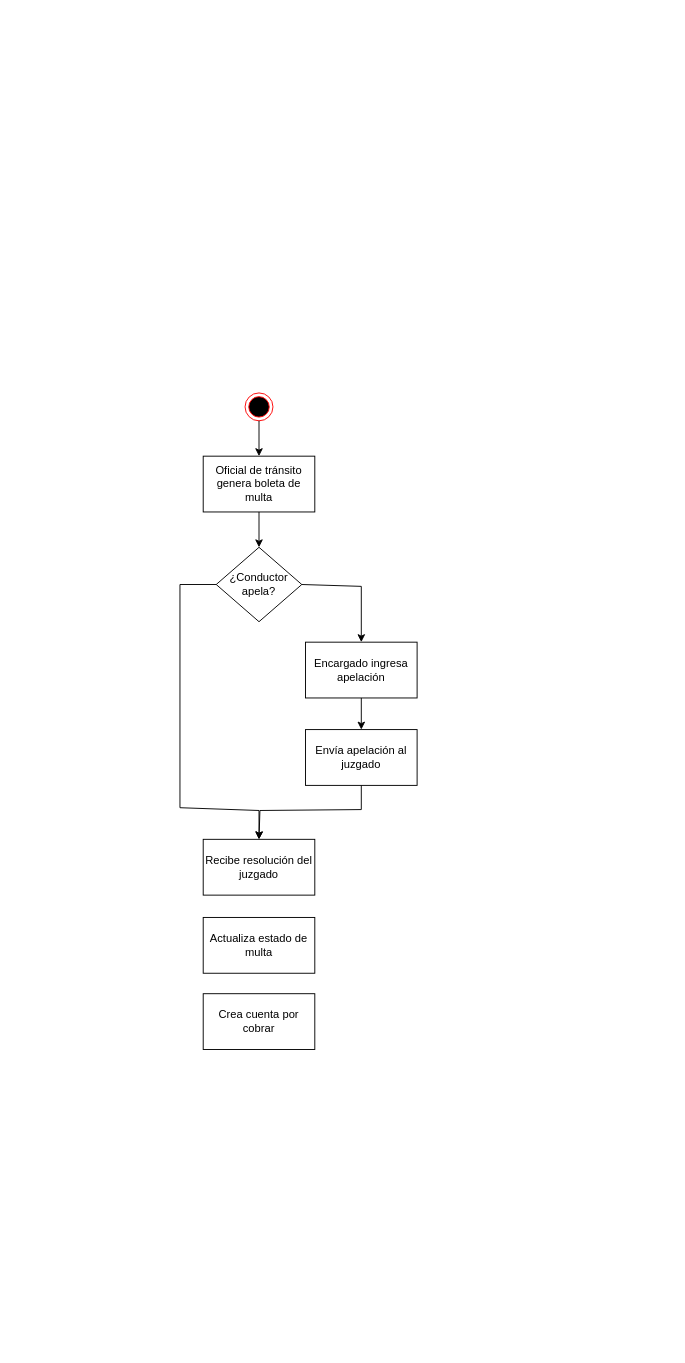
The draw.io diagram Examen1/Examen1.drawio in Edu-Ram/Requerimientos, before the edit. Source tidied: cells renumbered, new cells numbered last; positions are measured from the earlier drawing's top-left corner, leaving out a move shared by most shapes. Both pictures are drawn from the tidied source at 93%, with x=0, y=0 at pixel (179, 392).
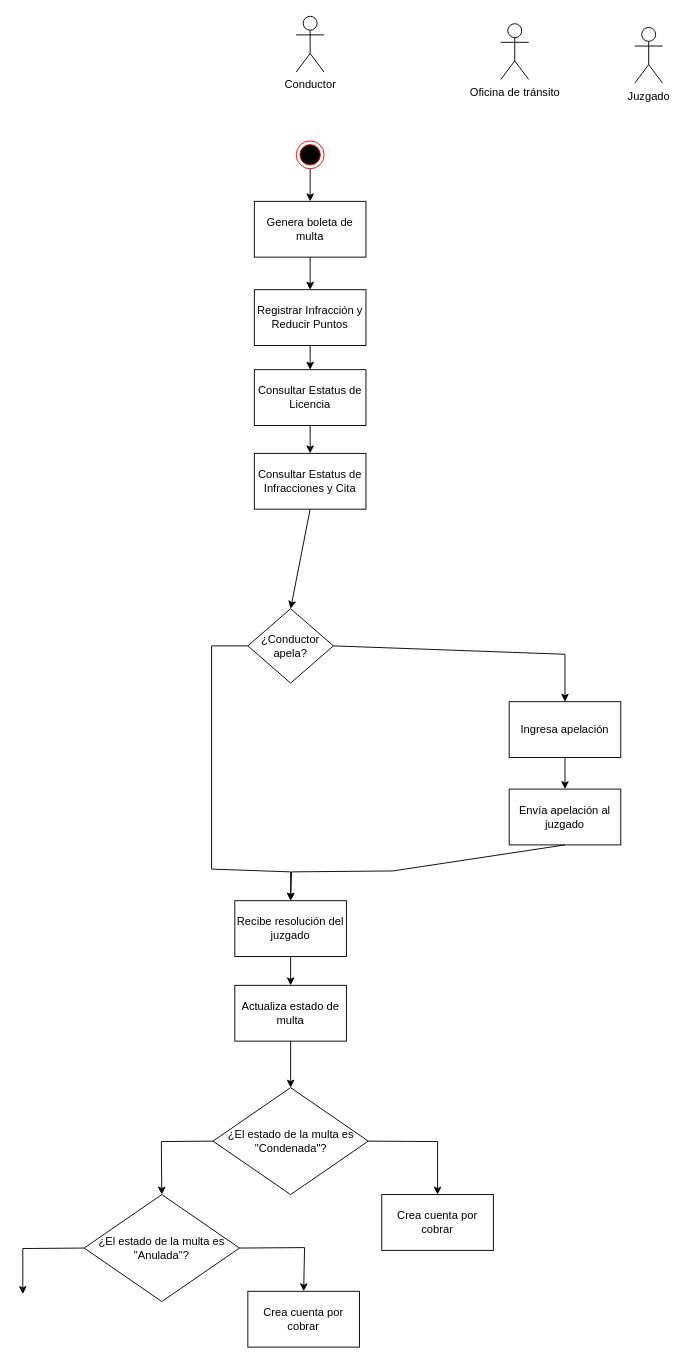
The same page after the edit.

The edit, as a diff of the source:
```diff
@@
-    <mxCell id="2" style="ellipse;html=1;shape=endState;fillColor=#000000;strokeColor=#ff0000;" parent="1" vertex="1">
-      <mxGeometry x="70" width="30" height="30" as="geometry" />
-    </mxCell>
-    <mxCell id="3" value="Oficial de tránsito genera boleta de multa" style="rounded=0;whiteSpace=wrap;html=1;" parent="1" vertex="1">
-      <mxGeometry x="25" y="68" width="120" height="60" as="geometry" />
+    <mxCell id="3" value="Genera boleta de multa" style="rounded=0;whiteSpace=wrap;html=1;" parent="1" vertex="1">
+      <mxGeometry x="80" y="-206" width="120" height="60" as="geometry" />
     </mxCell>
-    <mxCell id="4" style="endArrow=classic;html=1;rounded=0;exitX=0.5;exitY=1;exitDx=0;exitDy=0;entryX=0.5;entryY=0;entryDx=0;entryDy=0;" parent="1" edge="1" source="2" target="3">
+    <mxCell id="4" style="endArrow=classic;html=1;rounded=0;entryX=0.5;entryY=0;entryDx=0;entryDy=0;exitX=0.5;exitY=1;exitDx=0;exitDy=0;" parent="1" edge="1" source="25" target="3">
       <mxGeometry relative="1" as="geometry" />
     </mxCell>
     <mxCell id="5" value="¿Conductor apela?" style="rhombus;whiteSpace=wrap;html=1;" parent="1" vertex="1">
-      <mxGeometry x="39" y="166" width="92" height="80" as="geometry" />
+      <mxGeometry x="73" y="232" width="92" height="80" as="geometry" />
     </mxCell>
-    <mxCell id="6" value="Encargado ingresa apelación" style="rounded=0;whiteSpace=wrap;html=1;" parent="1" vertex="1">
-      <mxGeometry x="135" y="268" width="120" height="60" as="geometry" />
+    <mxCell id="6" value="Ingresa apelación" style="rounded=0;whiteSpace=wrap;html=1;" parent="1" vertex="1">
+      <mxGeometry x="354" y="332" width="120" height="60" as="geometry" />
     </mxCell>
     <mxCell id="7" value="Envía apelación al juzgado" style="rounded=0;whiteSpace=wrap;html=1;" parent="1" vertex="1">
-      <mxGeometry x="135" y="362" width="120" height="60" as="geometry" />
+      <mxGeometry x="354" y="426" width="120" height="60" as="geometry" />
     </mxCell>
     <mxCell id="8" style="endArrow=classic;html=1;rounded=0;exitX=1;exitY=0.5;exitDx=0;exitDy=0;entryX=0.5;entryY=0;entryDx=0;entryDy=0;" parent="1" edge="1" source="5" target="6">
       <mxGeometry relative="1" as="geometry">
         <Array as="points">
-          <mxPoint x="195" y="208" />
+          <mxPoint x="414" y="281" />
         </Array>
       </mxGeometry>
     </mxCell>
@@
-    <mxCell id="10" style="endArrow=classic;html=1;rounded=0;exitX=0.5;exitY=1;exitDx=0;exitDy=0;entryX=0.5;entryY=0;entryDx=0;entryDy=0;" parent="1" edge="1" source="3" target="5">
-      <mxGeometry relative="1" as="geometry" />
-    </mxCell>
     <mxCell id="11" value="Recibe resolución del juzgado" style="rounded=0;whiteSpace=wrap;html=1;" parent="1" vertex="1">
-      <mxGeometry x="25" y="480" width="120" height="60" as="geometry" />
+      <mxGeometry x="59" y="546" width="120" height="60" as="geometry" />
     </mxCell>
     <mxCell id="12" value="Actualiza estado de multa" style="rounded=0;whiteSpace=wrap;html=1;" parent="1" vertex="1">
-      <mxGeometry x="25" y="564" width="120" height="60" as="geometry" />
+      <mxGeometry x="59" y="637" width="120" height="60" as="geometry" />
     </mxCell>
     <mxCell id="13" value="Crea cuenta por cobrar" style="rounded=0;whiteSpace=wrap;html=1;" parent="1" vertex="1">
-      <mxGeometry x="25" y="646" width="120" height="60" as="geometry" />
+      <mxGeometry x="217" y="862" width="120" height="60" as="geometry" />
     </mxCell>
     <mxCell id="14" style="endArrow=classic;html=1;rounded=0;exitX=0;exitY=0.5;exitDx=0;exitDy=0;entryX=0.5;entryY=0;entryDx=0;entryDy=0;" parent="1" edge="1" source="5" target="11">
       <mxGeometry relative="1" as="geometry">
         <Array as="points">
-          <mxPoint y="206" />
-          <mxPoint y="446" />
-          <mxPoint x="85" y="449" />
+          <mxPoint x="34" y="272" />
+          <mxPoint x="34" y="512" />
+          <mxPoint x="119" y="515" />
         </Array>
       </mxGeometry>
     </mxCell>
     <mxCell id="15" style="endArrow=classic;html=1;rounded=0;exitX=0.5;exitY=1;exitDx=0;exitDy=0;entryX=0.5;entryY=0;entryDx=0;entryDy=0;" parent="1" edge="1" source="7" target="11">
       <mxGeometry relative="1" as="geometry">
         <Array as="points">
-          <mxPoint x="195" y="448" />
-          <mxPoint x="86" y="449" />
+          <mxPoint x="229" y="514" />
+          <mxPoint x="120" y="515" />
         </Array>
       </mxGeometry>
     </mxCell>
+    <mxCell id="16" style="endArrow=classic;html=1;rounded=0;exitX=0.5;exitY=1;exitDx=0;exitDy=0;entryX=0.5;entryY=0;entryDx=0;entryDy=0;" parent="1" edge="1" source="11" target="12">
+      <mxGeometry relative="1" as="geometry" />
+    </mxCell>
+    <mxCell id="17" value="¿El estado de la multa es &quot;Condenada&quot;?" style="rhombus;whiteSpace=wrap;html=1;" parent="1" vertex="1">
+      <mxGeometry x="35.5" y="747" width="167" height="115" as="geometry" />
+    </mxCell>
+    <mxCell id="18" style="endArrow=classic;html=1;rounded=0;exitX=0.5;exitY=1;exitDx=0;exitDy=0;entryX=0.5;entryY=0;entryDx=0;entryDy=0;" parent="1" edge="1" source="12" target="17">
+      <mxGeometry relative="1" as="geometry" />
+    </mxCell>
+    <mxCell id="19" style="endArrow=classic;html=1;rounded=0;exitX=1;exitY=0.5;exitDx=0;exitDy=0;entryX=0.5;entryY=0;entryDx=0;entryDy=0;" parent="1" edge="1" source="17" target="13">
+      <mxGeometry relative="1" as="geometry">
+        <Array as="points">
+          <mxPoint x="277" y="805" />
+        </Array>
+      </mxGeometry>
+    </mxCell>
+    <mxCell id="20" value="Conductor" style="shape=umlActor;verticalLabelPosition=bottom;verticalAlign=top;html=1;" parent="1" vertex="1">
+      <mxGeometry x="125" y="-405" width="30" height="60" as="geometry" />
+    </mxCell>
+    <mxCell id="21" value="Oficina de tránsito" style="shape=umlActor;verticalLabelPosition=bottom;verticalAlign=top;html=1;" parent="1" vertex="1">
+      <mxGeometry x="345" y="-397" width="30" height="60" as="geometry" />
+    </mxCell>
+    <mxCell id="22" value="Registrar Infracción y Reducir Puntos" style="rounded=0;whiteSpace=wrap;html=1;" parent="1" vertex="1">
+      <mxGeometry x="80" y="-111" width="120" height="60" as="geometry" />
+    </mxCell>
+    <mxCell id="23" value="Consultar Estatus de Licencia" style="rounded=0;whiteSpace=wrap;html=1;" parent="1" vertex="1">
+      <mxGeometry x="80" y="-25" width="120" height="60" as="geometry" />
+    </mxCell>
+    <mxCell id="24" value="Consultar Estatus de Infracciones y Cita" style="rounded=0;whiteSpace=wrap;html=1;" parent="1" vertex="1">
+      <mxGeometry x="80" y="65" width="120" height="60" as="geometry" />
+    </mxCell>
+    <mxCell id="25" style="ellipse;html=1;shape=endState;fillColor=#000000;strokeColor=#ff0000;" parent="1" vertex="1">
+      <mxGeometry x="125" y="-271" width="30" height="30" as="geometry" />
+    </mxCell>
+    <mxCell id="26" style="endArrow=classic;html=1;rounded=0;entryX=0.5;entryY=0;entryDx=0;entryDy=0;exitX=0.5;exitY=1;exitDx=0;exitDy=0;" parent="1" edge="1" source="3" target="22">
+      <mxGeometry relative="1" as="geometry" />
+    </mxCell>
+    <mxCell id="27" style="endArrow=classic;html=1;rounded=0;entryX=0.5;entryY=0;entryDx=0;entryDy=0;exitX=0.5;exitY=1;exitDx=0;exitDy=0;" parent="1" edge="1" source="22" target="23">
+      <mxGeometry relative="1" as="geometry" />
+    </mxCell>
+    <mxCell id="28" style="endArrow=classic;html=1;rounded=0;entryX=0.5;entryY=0;entryDx=0;entryDy=0;exitX=0.5;exitY=1;exitDx=0;exitDy=0;" parent="1" edge="1" source="23" target="24">
+      <mxGeometry relative="1" as="geometry" />
+    </mxCell>
+    <mxCell id="29" style="endArrow=classic;html=1;rounded=0;entryX=0.5;entryY=0;entryDx=0;entryDy=0;exitX=0.5;exitY=1;exitDx=0;exitDy=0;" parent="1" edge="1" source="24" target="5">
+      <mxGeometry relative="1" as="geometry" />
+    </mxCell>
+    <mxCell id="30" style="endArrow=classic;html=1;rounded=0;exitX=0;exitY=0.5;exitDx=0;exitDy=0;entryX=0.5;entryY=0;entryDx=0;entryDy=0;" parent="1" edge="1" source="17" target="31">
+      <mxGeometry relative="1" as="geometry">
+        <Array as="points">
+          <mxPoint x="-20" y="805" />
+        </Array>
+      </mxGeometry>
+    </mxCell>
+    <mxCell id="31" value="¿El estado de la multa es &quot;Anulada&quot;?" style="rhombus;whiteSpace=wrap;html=1;" parent="1" vertex="1">
+      <mxGeometry x="-103" y="862" width="167" height="115" as="geometry" />
+    </mxCell>
+    <mxCell id="32" value="Crea cuenta por cobrar" style="rounded=0;whiteSpace=wrap;html=1;" parent="1" vertex="1">
+      <mxGeometry x="73" y="966" width="120" height="60" as="geometry" />
+    </mxCell>
+    <mxCell id="33" style="endArrow=classic;html=1;rounded=0;exitX=1;exitY=0.5;exitDx=0;exitDy=0;entryX=0.5;entryY=0;entryDx=0;entryDy=0;" parent="1" edge="1" source="31" target="32">
+      <mxGeometry relative="1" as="geometry">
+        <Array as="points">
+          <mxPoint x="134" y="919" />
+        </Array>
+      </mxGeometry>
+    </mxCell>
+    <mxCell id="34" style="endArrow=classic;html=1;rounded=0;exitX=0;exitY=0.5;exitDx=0;exitDy=0;" parent="1" edge="1" source="31">
+      <mxGeometry relative="1" as="geometry">
+        <mxPoint x="-169" y="969" as="targetPoint" />
+        <Array as="points">
+          <mxPoint x="-169" y="920" />
+        </Array>
+      </mxGeometry>
+    </mxCell>
+    <mxCell id="35" value="Juzgado" style="shape=umlActor;verticalLabelPosition=bottom;verticalAlign=top;html=1;" parent="1" vertex="1">
+      <mxGeometry x="489" y="-393" width="30" height="60" as="geometry" />
+    </mxCell>
```
